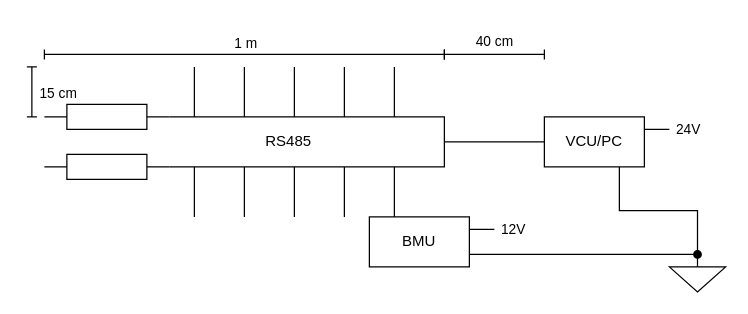
This is draw io/LAb envir.drawio from NYCUVRC/graph, a draw.io file, before an edit. Source tidied: cells renumbered, new cells numbered last; positions are measured from the earlier drawing's top-left corner, leaving out a move shared by most shapes. Both pictures are drawn from the tidied source at 125%, with x=0, y=0 at pixel (31, 54).
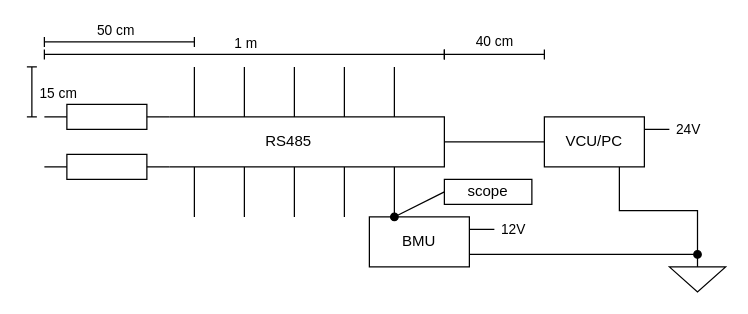
Above is the later version.

The change refers to these unchanged cells:
```xml
<mxCell id="2" style="verticalLabelPosition=bottom;shadow=0;dashed=0;align=center;html=1;verticalAlign=top;shape=mxgraph.electrical.resistors.resistor_1;" parent="1" vertex="1">
  <mxGeometry x="10" y="40" width="100" height="20" as="geometry" />
</mxCell>
<mxCell id="3" style="verticalLabelPosition=bottom;shadow=0;dashed=0;align=center;html=1;verticalAlign=top;shape=mxgraph.electrical.resistors.resistor_1;" parent="1" vertex="1">
  <mxGeometry x="10" y="80" width="100" height="20" as="geometry" />
</mxCell>
<mxCell id="18" value="BMU" style="rounded=0;whiteSpace=wrap;html=1;" parent="1" vertex="1">
  <mxGeometry x="270" y="130" width="80" height="40" as="geometry" />
</mxCell>
```

Change to the diagram source:
```diff
@@
-    <mxCell id="4" style="edgeStyle=orthogonalEdgeStyle;rounded=0;jettySize=auto;html=1;exitX=1;exitY=0.5;exitDx=0;exitDy=0;exitPerimeter=0;entryX=1;entryY=0.5;entryDx=0;entryDy=0;entryPerimeter=0;endArrow=none;endFill=0;" parent="1" edge="1" source="2" target="3">
+    <mxCell id="4" style="edgeStyle=orthogonalEdgeStyle;rounded=0;jettySize=auto;html=1;exitX=1;exitY=0.5;exitDx=0;exitDy=0;exitPerimeter=0;entryX=1;entryY=0.5;entryDx=0;entryDy=0;entryPerimeter=0;endArrow=none;endFill=0;jumpStyle=none;" parent="1" edge="1" source="2" target="3">
       <mxGeometry relative="1" as="geometry">
         <Array as="points">
           <mxPoint x="330" y="50" />
           <mxPoint x="330" y="90" />
         </Array>
       </mxGeometry>
     </mxCell>
@@
+    <mxCell id="31" style="endArrow=baseDash;startArrow=baseDash;html=1;rounded=0;startFill=0;endFill=0;" parent="1" edge="1">
+      <mxGeometry relative="1" as="geometry">
+        <mxPoint x="10" y="-10" as="sourcePoint" />
+        <mxPoint x="130" y="-10" as="targetPoint" />
+      </mxGeometry>
+    </mxCell>
+    <mxCell id="32" value="50 cm" style="edgeLabel;html=1;align=center;verticalAlign=middle;" parent="31" vertex="1">
+      <mxGeometry x="0.04" y="1" relative="1" as="geometry">
+        <mxPoint x="-6" y="-9" as="offset" />
+      </mxGeometry>
+    </mxCell>
+    <mxCell id="33" style="jettySize=auto;html=1;rounded=0;endArrow=none;endFill=0;exitX=0.25;exitY=0;exitDx=0;exitDy=0;startArrow=oval;startFill=1;" parent="1" edge="1" source="18">
+      <mxGeometry relative="1" as="geometry">
+        <mxPoint x="330" y="110" as="targetPoint" />
+      </mxGeometry>
+    </mxCell>
+    <mxCell id="34" value="scope" style="rounded=0;whiteSpace=wrap;html=1;" parent="1" vertex="1">
+      <mxGeometry x="330" y="100" width="70" height="20" as="geometry" />
+    </mxCell>
+    <mxCell id="35" style="edgeStyle=orthogonalEdgeStyle;rounded=0;orthogonalLoop=1;jettySize=auto;html=1;exitX=0.5;exitY=1;exitDx=0;exitDy=0;" parent="1" edge="1" source="34" target="34">
+      <mxGeometry relative="1" as="geometry" />
+    </mxCell>
```
